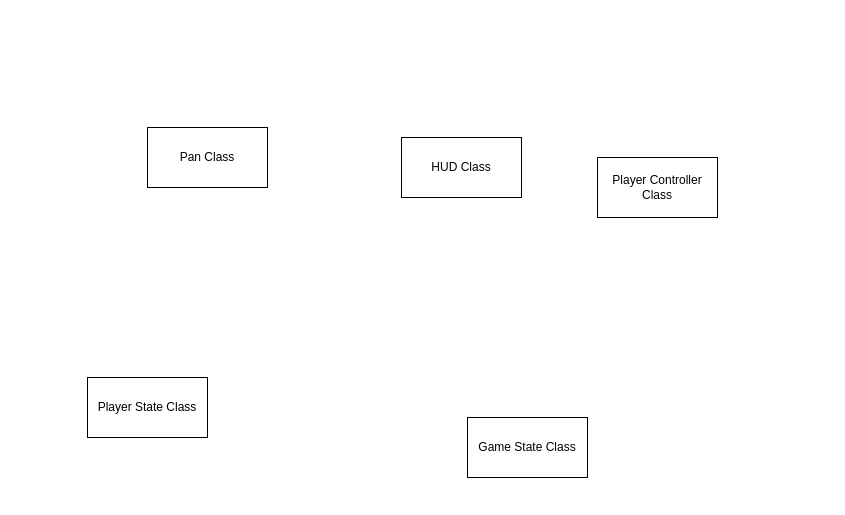
Above: Untitled Diagram.drawio in wsFecske/WesleySF (draw.io), before the change. Source tidied: cells renumbered, new cells numbered last; positions are measured from the earlier drawing's top-left corner, leaving out a move shared by most shapes. Both pictures are drawn from the tidied source at 100%, with x=0, y=0 at pixel (87, 127).
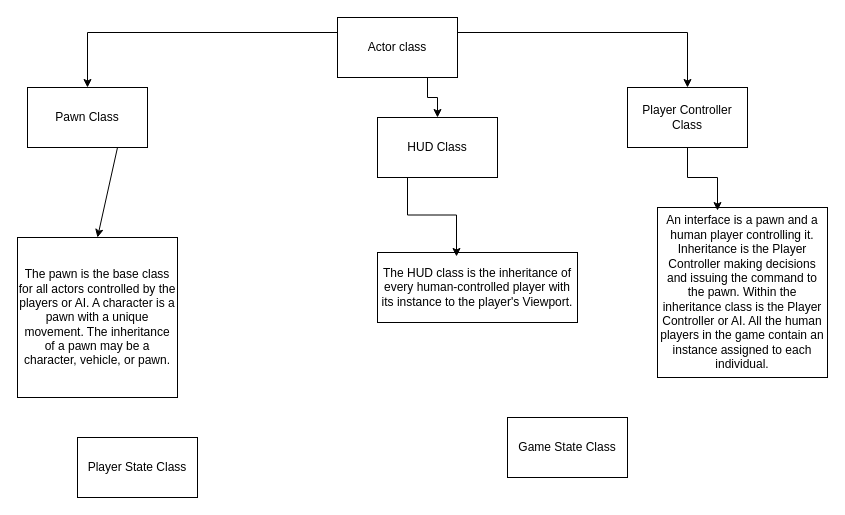
Above is the later version.

Diff of the diagram source:
```diff
@@
 <mxGraphModel>
   <root>
     <mxCell id="0" />
     <mxCell id="1" parent="0" />
-    <mxCell id="2" value="Pan Class" style="rounded=0;whiteSpace=wrap;html=1;" parent="1" vertex="1">
-      <mxGeometry x="60" width="120" height="60" as="geometry" />
+    <mxCell id="2" value="Pawn Class" style="rounded=0;whiteSpace=wrap;html=1;" parent="1" vertex="1">
+      <mxGeometry x="-60" y="-40" width="120" height="60" as="geometry" />
     </mxCell>
     <mxCell id="3" value="HUD Class" style="rounded=0;whiteSpace=wrap;html=1;" parent="1" vertex="1">
-      <mxGeometry x="314" y="10" width="120" height="60" as="geometry" />
+      <mxGeometry x="290" y="-10" width="120" height="60" as="geometry" />
     </mxCell>
     <mxCell id="4" value="Player Controller Class" style="rounded=0;whiteSpace=wrap;html=1;" parent="1" vertex="1">
-      <mxGeometry x="510" y="30" width="120" height="60" as="geometry" />
+      <mxGeometry x="540" y="-40" width="120" height="60" as="geometry" />
     </mxCell>
     <mxCell id="5" value="Player State Class" style="rounded=0;whiteSpace=wrap;html=1;" parent="1" vertex="1">
-      <mxGeometry y="250" width="120" height="60" as="geometry" />
+      <mxGeometry x="-10" y="310" width="120" height="60" as="geometry" />
     </mxCell>
     <mxCell id="6" value="Game State Class" style="rounded=0;whiteSpace=wrap;html=1;" parent="1" vertex="1">
-      <mxGeometry x="380" y="290" width="120" height="60" as="geometry" />
+      <mxGeometry x="420" y="290" width="120" height="60" as="geometry" />
     </mxCell>
+    <mxCell id="7" value="The pawn is the base class for all actors controlled by the players or AI. A character is a pawn with a unique movement. The inheritance of a pawn may be a character, vehicle, or pawn." style="whiteSpace=wrap;html=1;" parent="1" vertex="1">
+      <mxGeometry x="-70" y="110" width="160" height="160" as="geometry" />
+    </mxCell>
+    <mxCell id="8" style="endArrow=classic;html=1;rounded=0;exitX=0.75;exitY=1;exitDx=0;exitDy=0;entryX=0.5;entryY=0;entryDx=0;entryDy=0;" parent="1" edge="1" source="2" target="7">
+      <mxGeometry relative="1" as="geometry" />
+    </mxCell>
+    <mxCell id="9" value="The HUD class is the inheritance of every human-controlled player with its instance to the player's Viewport." style="rounded=0;whiteSpace=wrap;html=1;" parent="1" vertex="1">
+      <mxGeometry x="290" y="125" width="200" height="70" as="geometry" />
+    </mxCell>
+    <mxCell id="10" style="edgeStyle=orthogonalEdgeStyle;rounded=0;jettySize=auto;html=1;exitX=0.25;exitY=1;exitDx=0;exitDy=0;entryX=0.395;entryY=0.057;entryDx=0;entryDy=0;entryPerimeter=0;" parent="1" edge="1" source="3" target="9">
+      <mxGeometry relative="1" as="geometry" />
+    </mxCell>
+    <mxCell id="11" style="edgeStyle=orthogonalEdgeStyle;rounded=0;jettySize=auto;html=1;exitX=0;exitY=0.25;exitDx=0;exitDy=0;entryX=0.5;entryY=0;entryDx=0;entryDy=0;" parent="1" edge="1" source="14" target="2">
+      <mxGeometry relative="1" as="geometry" />
+    </mxCell>
+    <mxCell id="12" style="edgeStyle=orthogonalEdgeStyle;rounded=0;jettySize=auto;html=1;exitX=1;exitY=0.25;exitDx=0;exitDy=0;" parent="1" edge="1" source="14" target="4">
+      <mxGeometry relative="1" as="geometry" />
+    </mxCell>
+    <mxCell id="13" style="edgeStyle=orthogonalEdgeStyle;rounded=0;jettySize=auto;html=1;exitX=0.75;exitY=1;exitDx=0;exitDy=0;" parent="1" edge="1" source="14" target="3">
+      <mxGeometry relative="1" as="geometry" />
+    </mxCell>
+    <mxCell id="14" value="Actor class" style="rounded=0;whiteSpace=wrap;html=1;" parent="1" vertex="1">
+      <mxGeometry x="250" y="-110" width="120" height="60" as="geometry" />
+    </mxCell>
+    <mxCell id="15" value="An interface is a pawn and a human player controlling it. Inheritance is the Player Controller making decisions and issuing the command to the pawn. Within the inheritance class is the Player Controller or AI. All the human players in the game contain an instance assigned to each individual." style="whiteSpace=wrap;html=1;" parent="1" vertex="1">
+      <mxGeometry x="570" y="80" width="170" height="170" as="geometry" />
+    </mxCell>
+    <mxCell id="16" style="edgeStyle=orthogonalEdgeStyle;rounded=0;jettySize=auto;html=1;exitX=0.5;exitY=1;exitDx=0;exitDy=0;entryX=0.353;entryY=0.018;entryDx=0;entryDy=0;entryPerimeter=0;" parent="1" edge="1" source="4" target="15">
+      <mxGeometry relative="1" as="geometry" />
+    </mxCell>
   </root>
 </mxGraphModel>
```
